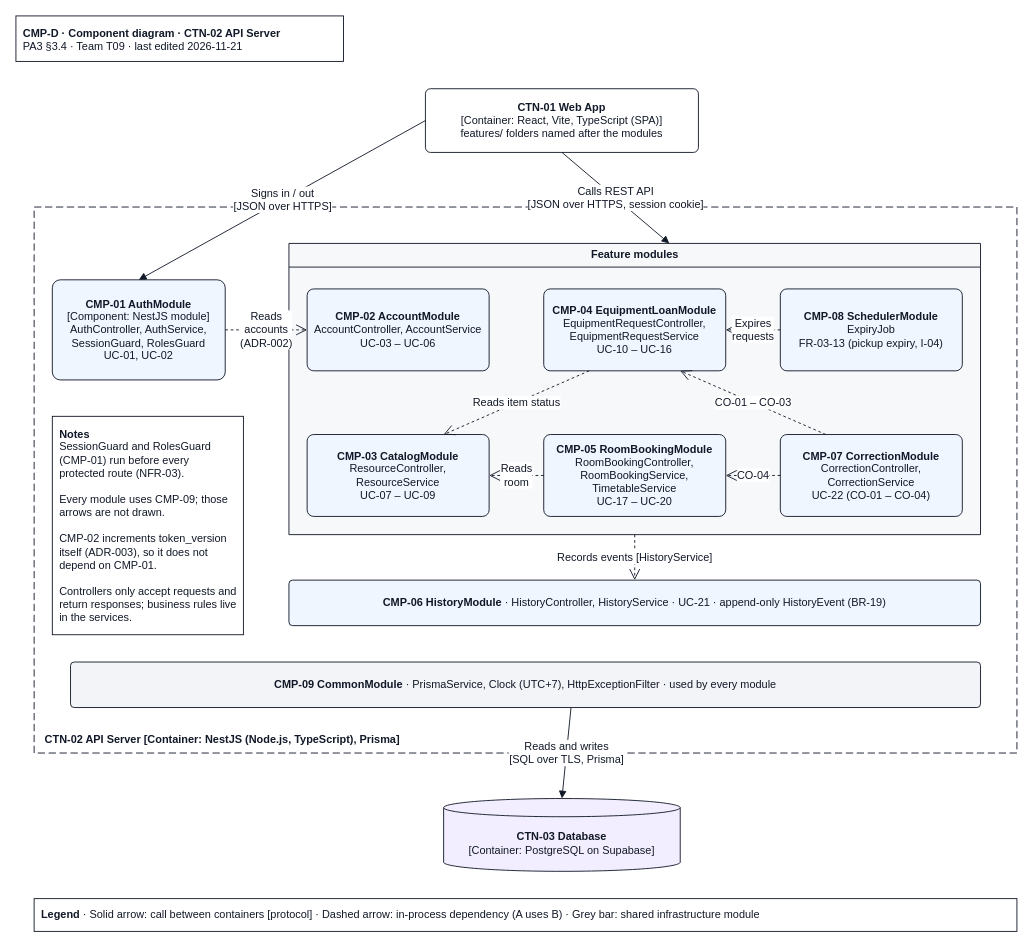
Above: docs/design/diagrams/CMP-D_component.drawio in JuliaTrang/T09-CampusBorrow (draw.io), before the change. Source tidied: cells renumbered, new cells numbered last; positions are measured from the earlier drawing's top-left corner, leaving out a move shared by most shapes. Both pictures are drawn from the tidied source at 91%, with x=0, y=0 at pixel (15, 15).
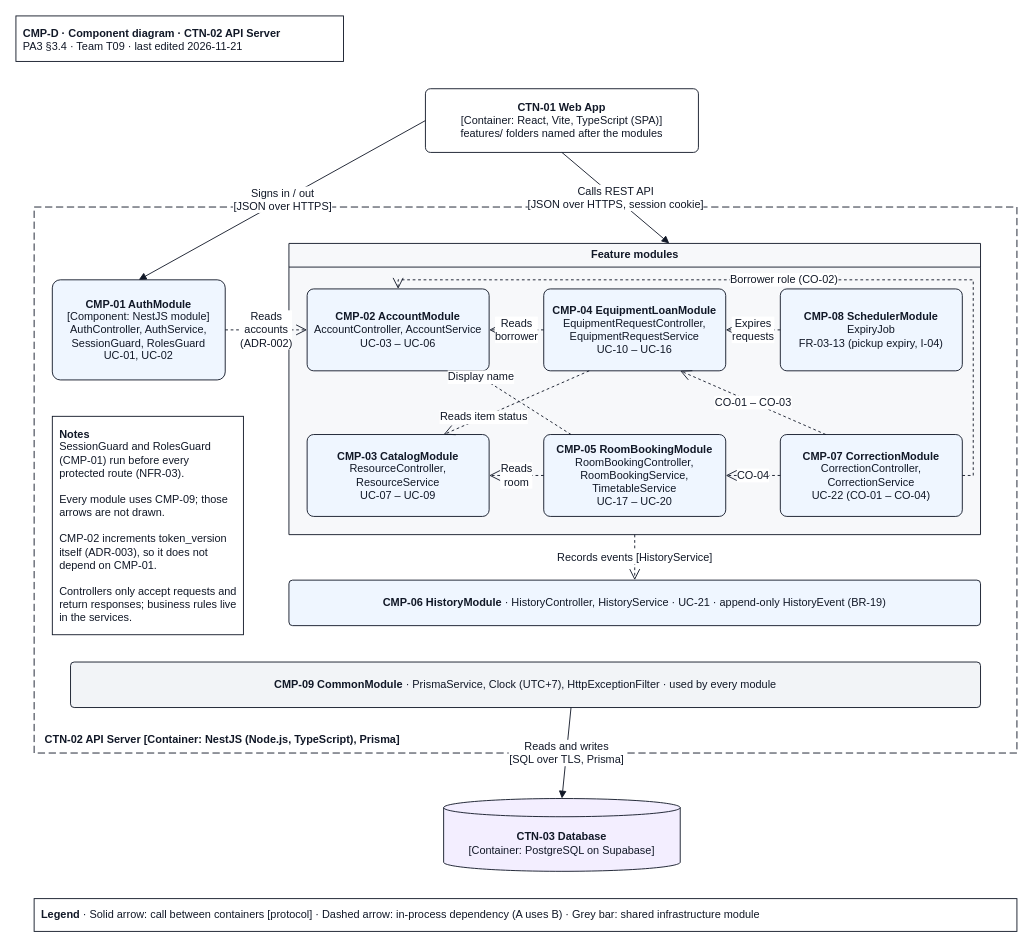
The same diagram, later.

Unchanged cells that the change refers to:
```xml
<mxCell id="7" value="Feature modules" style="swimlane;startSize=26;html=1;fontFamily=Arial;fontSize=12;fontStyle=1;fontColor=#111827;fillColor=#F7F8FA;strokeColor=#111827;swimlaneFillColor=#F7F8FA;" parent="4" vertex="1">
  <mxGeometry x="280" y="40" width="760" height="320" as="geometry" />
</mxCell>
<mxCell id="8" value="&lt;b&gt;CMP-02 AccountModule&lt;/b&gt;&lt;br&gt;AccountController, AccountService&lt;br&gt;UC-03 – UC-06" style="rounded=1;arcSize=8;whiteSpace=wrap;html=1;fontFamily=Arial;fontSize=12;fillColor=#EFF6FF;strokeColor=#111827;fontColor=#111827;" parent="7" vertex="1">
  <mxGeometry x="20" y="50" width="200" height="90" as="geometry" />
</mxCell>
<mxCell id="9" value="&lt;b&gt;CMP-04 EquipmentLoanModule&lt;/b&gt;&lt;br&gt;EquipmentRequestController, EquipmentRequestService&lt;br&gt;UC-10 – UC-16" style="rounded=1;arcSize=8;whiteSpace=wrap;html=1;fontFamily=Arial;fontSize=12;fillColor=#EFF6FF;strokeColor=#111827;fontColor=#111827;" parent="7" vertex="1">
  <mxGeometry x="280" y="50" width="200" height="90" as="geometry" />
</mxCell>
<mxCell id="11" value="&lt;b&gt;CMP-03 CatalogModule&lt;/b&gt;&lt;br&gt;ResourceController, ResourceService&lt;br&gt;UC-07 – UC-09" style="rounded=1;arcSize=8;whiteSpace=wrap;html=1;fontFamily=Arial;fontSize=12;fillColor=#EFF6FF;strokeColor=#111827;fontColor=#111827;" parent="7" vertex="1">
  <mxGeometry x="20" y="210" width="200" height="90" as="geometry" />
</mxCell>
<mxCell id="12" value="&lt;b&gt;CMP-05 RoomBookingModule&lt;/b&gt;&lt;br&gt;RoomBookingController, RoomBookingService, TimetableService&lt;br&gt;UC-17 – UC-20" style="rounded=1;arcSize=8;whiteSpace=wrap;html=1;fontFamily=Arial;fontSize=12;fillColor=#EFF6FF;strokeColor=#111827;fontColor=#111827;" parent="7" vertex="1">
  <mxGeometry x="280" y="210" width="200" height="90" as="geometry" />
</mxCell>
<mxCell id="13" value="&lt;b&gt;CMP-07 CorrectionModule&lt;/b&gt;&lt;br&gt;CorrectionController, CorrectionService&lt;br&gt;UC-22 (CO-01 – CO-04)" style="rounded=1;arcSize=8;whiteSpace=wrap;html=1;fontFamily=Arial;fontSize=12;fillColor=#EFF6FF;strokeColor=#111827;fontColor=#111827;" parent="7" vertex="1">
  <mxGeometry x="540" y="210" width="200" height="90" as="geometry" />
</mxCell>
```

The edit, as a diff of the source:
```diff
@@
     <mxCell id="21" value="Reads item status" style="html=1;strokeColor=#111827;fontFamily=Arial;fontSize=12;fontColor=#111827;endArrow=open;endSize=10;dashed=1;labelBackgroundColor=#FFFFFF;exitX=0.25;exitY=1;entryX=0.75;entryY=0;" parent="7" edge="1" source="9" target="11">
-      <mxGeometry relative="1" as="geometry" />
+      <mxGeometry x="0.45" relative="1" as="geometry" />
     </mxCell>
@@
+    <mxCell id="28" value="Reads&lt;br&gt;borrower" style="html=1;strokeColor=#111827;fontFamily=Arial;fontSize=12;fontColor=#111827;endArrow=open;endSize=10;dashed=1;labelBackgroundColor=#FFFFFF;exitX=0;exitY=0.5;entryX=1;entryY=0.5;" parent="7" edge="1" source="9" target="8">
+      <mxGeometry relative="1" as="geometry" />
+    </mxCell>
+    <mxCell id="29" value="Display name" style="html=1;strokeColor=#111827;fontFamily=Arial;fontSize=12;fontColor=#111827;endArrow=open;endSize=10;dashed=1;labelBackgroundColor=#FFFFFF;exitX=0.15;exitY=0;entryX=0.9;entryY=1;" parent="7" edge="1" source="12" target="8">
+      <mxGeometry x="0.8" relative="1" as="geometry" />
+    </mxCell>
+    <mxCell id="30" value="Borrower role (CO-02)" style="html=1;strokeColor=#111827;fontFamily=Arial;fontSize=12;fontColor=#111827;endArrow=open;endSize=10;dashed=1;labelBackgroundColor=#FFFFFF;edgeStyle=orthogonalEdgeStyle;rounded=0;exitX=1;exitY=0.5;entryX=0.5;entryY=0;" parent="7" edge="1" source="13" target="8">
+      <mxGeometry relative="1" as="geometry">
+        <Array as="points">
+          <mxPoint x="752" y="255" />
+          <mxPoint x="752" y="40" />
+          <mxPoint x="120" y="40" />
+        </Array>
+      </mxGeometry>
+    </mxCell>
```
